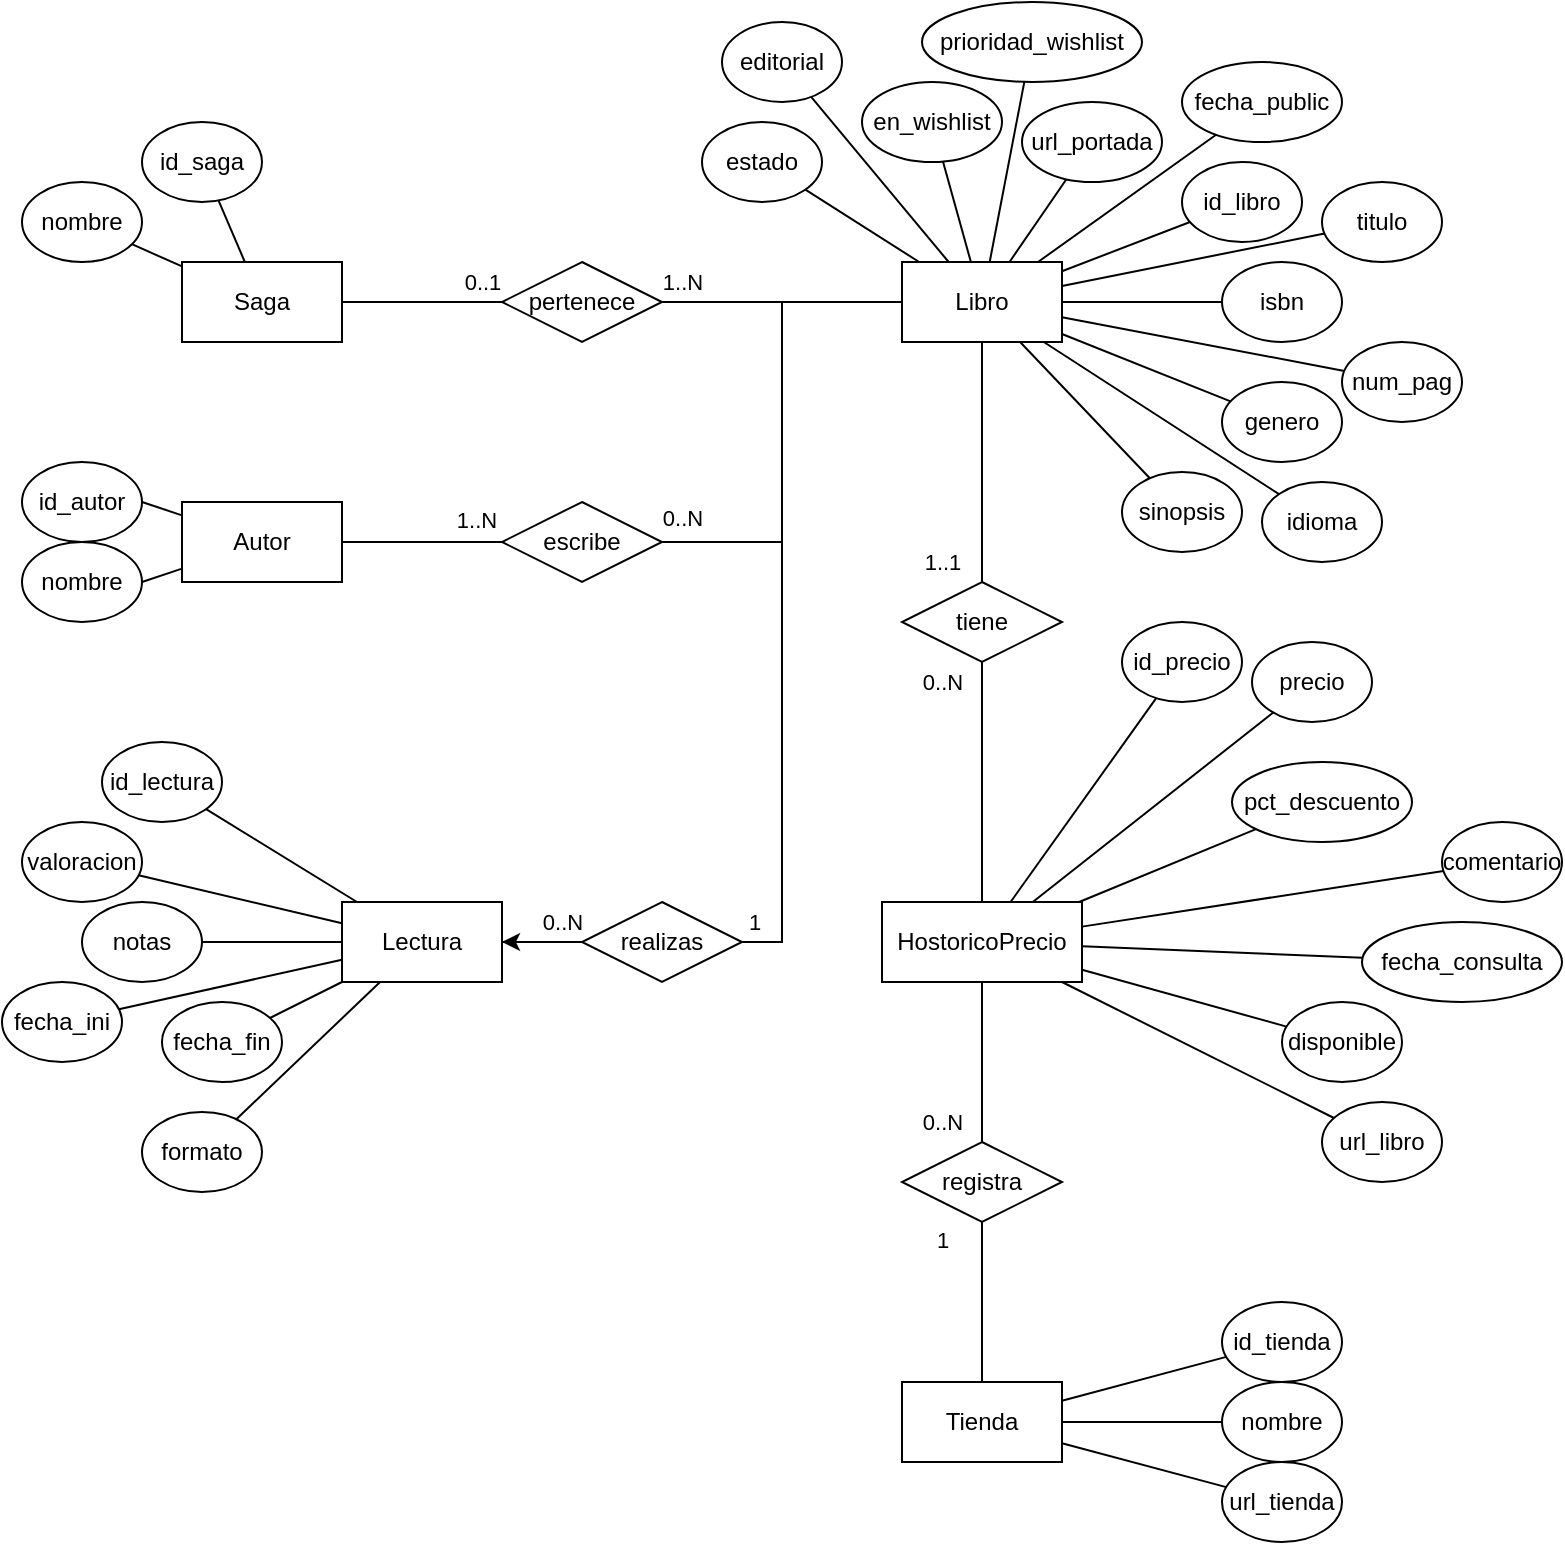
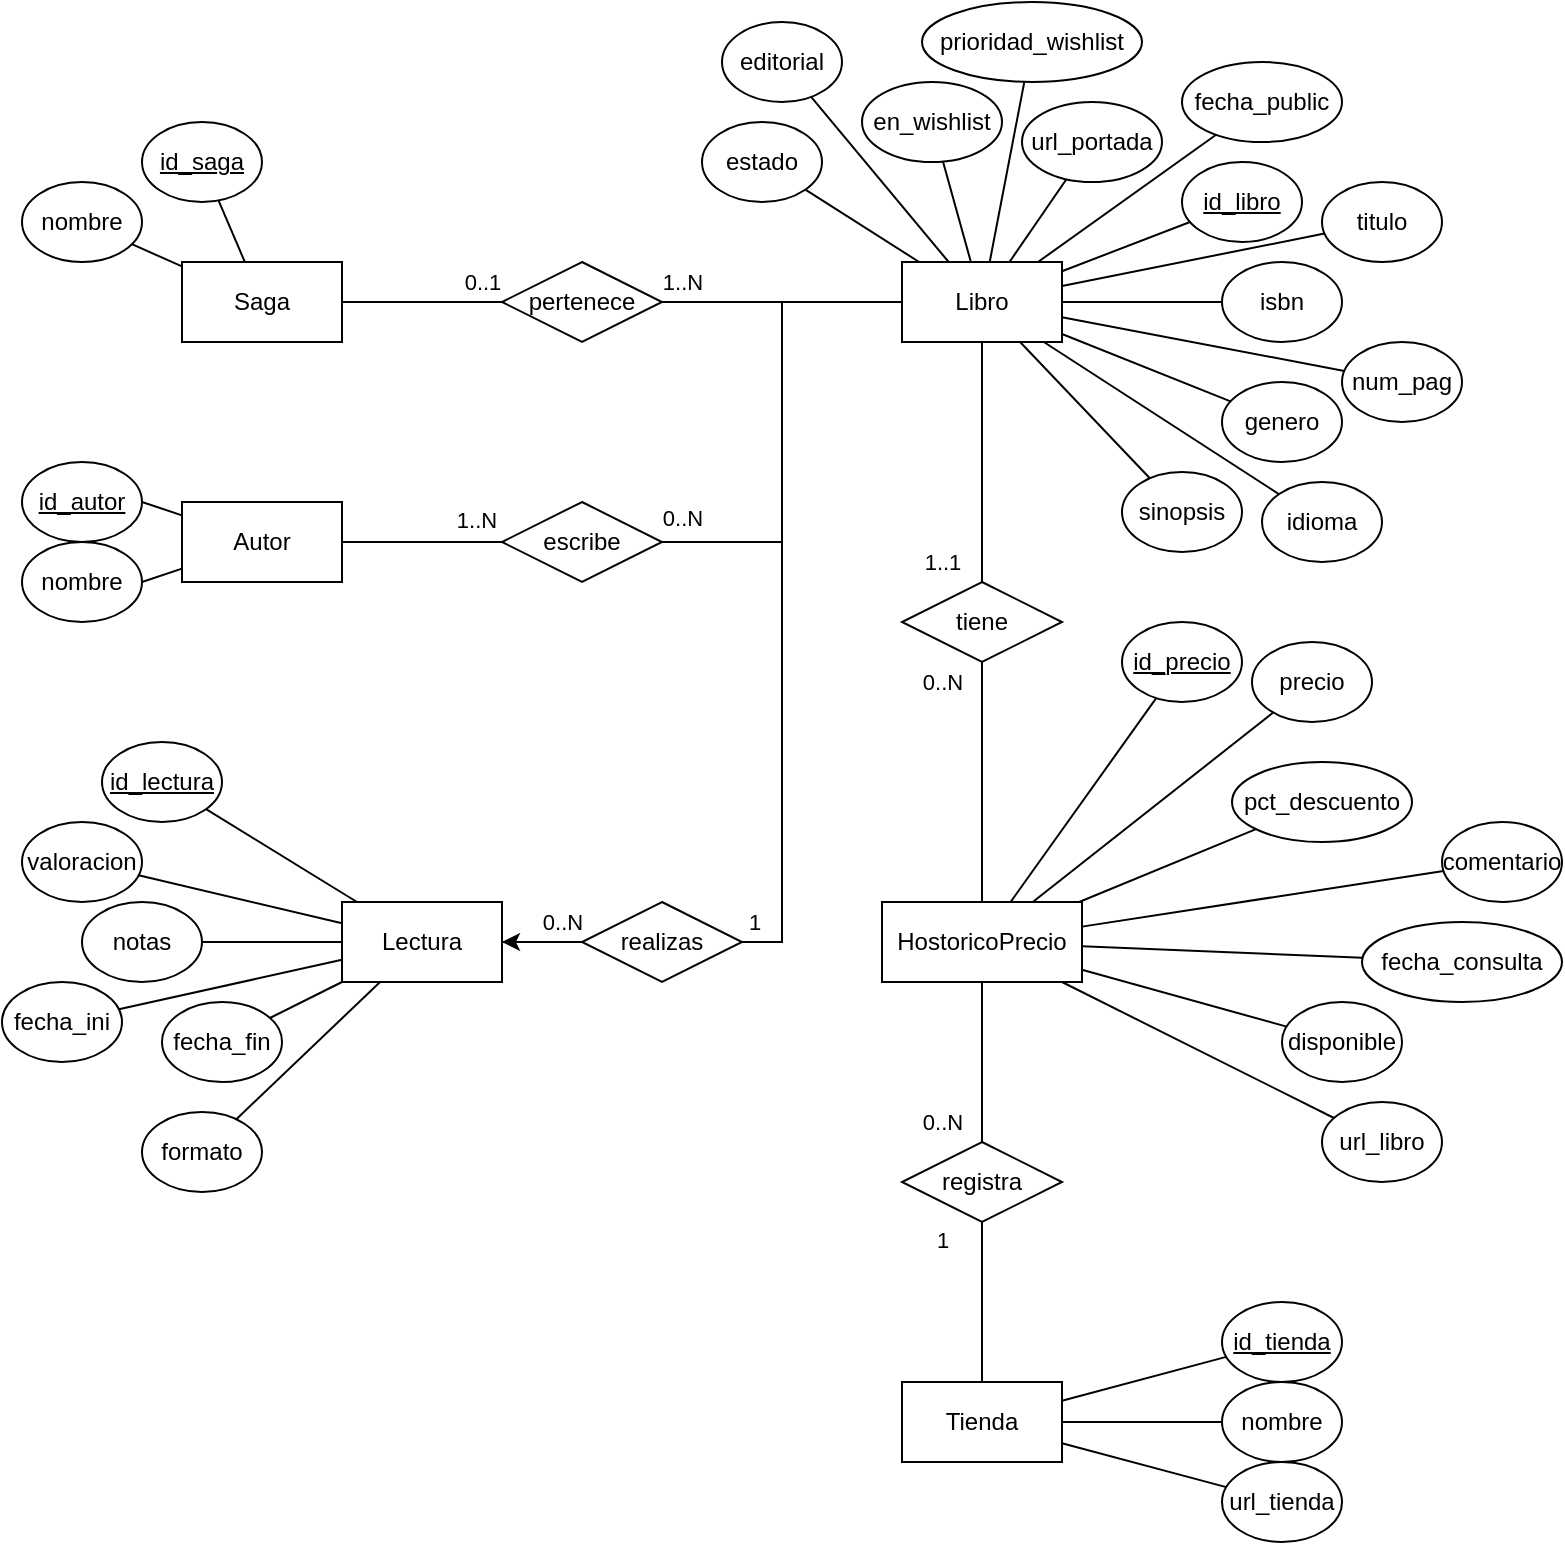
<mxfile host="app.diagrams.net">
  <diagram name="Page-1" id="43clveSkA00BWzA2pZKT">
    <mxGraphModel dx="1414" dy="777" grid="1" gridSize="10" guides="1" tooltips="1" connect="1" arrows="1" fold="1" page="1" pageScale="1" pageWidth="827" pageHeight="1169" math="0" shadow="0">
      <root>
        <mxCell id="0" />
        <mxCell id="1" parent="0" />
        <mxCell id="LIHbsuWyisdT2iaSAF74-56" edge="1" parent="1" source="LIHbsuWyisdT2iaSAF74-1" style="rounded=0;orthogonalLoop=1;jettySize=auto;html=1;endArrow=none;endFill=0;" target="LIHbsuWyisdT2iaSAF74-40">
          <mxGeometry relative="1" as="geometry" />
        </mxCell>
        <mxCell id="LIHbsuWyisdT2iaSAF74-57" edge="1" parent="1" source="LIHbsuWyisdT2iaSAF74-1" style="rounded=0;orthogonalLoop=1;jettySize=auto;html=1;endArrow=none;endFill=0;" target="LIHbsuWyisdT2iaSAF74-21">
          <mxGeometry relative="1" as="geometry" />
        </mxCell>
        <mxCell id="LIHbsuWyisdT2iaSAF74-58" edge="1" parent="1" source="LIHbsuWyisdT2iaSAF74-1" style="rounded=0;orthogonalLoop=1;jettySize=auto;html=1;endArrow=none;endFill=0;" target="LIHbsuWyisdT2iaSAF74-10">
          <mxGeometry relative="1" as="geometry" />
        </mxCell>
        <mxCell id="LIHbsuWyisdT2iaSAF74-59" edge="1" parent="1" source="LIHbsuWyisdT2iaSAF74-1" style="rounded=0;orthogonalLoop=1;jettySize=auto;html=1;endArrow=none;endFill=0;" target="LIHbsuWyisdT2iaSAF74-36">
          <mxGeometry relative="1" as="geometry" />
        </mxCell>
        <mxCell id="LIHbsuWyisdT2iaSAF74-60" edge="1" parent="1" source="LIHbsuWyisdT2iaSAF74-1" style="rounded=0;orthogonalLoop=1;jettySize=auto;html=1;endArrow=none;endFill=0;" target="LIHbsuWyisdT2iaSAF74-3">
          <mxGeometry relative="1" as="geometry" />
        </mxCell>
        <mxCell id="LIHbsuWyisdT2iaSAF74-61" edge="1" parent="1" source="LIHbsuWyisdT2iaSAF74-1" style="rounded=0;orthogonalLoop=1;jettySize=auto;html=1;endArrow=none;endFill=0;" target="LIHbsuWyisdT2iaSAF74-23">
          <mxGeometry relative="1" as="geometry" />
        </mxCell>
        <mxCell id="LIHbsuWyisdT2iaSAF74-62" edge="1" parent="1" source="LIHbsuWyisdT2iaSAF74-1" style="rounded=0;orthogonalLoop=1;jettySize=auto;html=1;endArrow=none;endFill=0;" target="LIHbsuWyisdT2iaSAF74-17">
          <mxGeometry relative="1" as="geometry" />
        </mxCell>
        <mxCell id="LIHbsuWyisdT2iaSAF74-63" edge="1" parent="1" source="LIHbsuWyisdT2iaSAF74-1" style="rounded=0;orthogonalLoop=1;jettySize=auto;html=1;endArrow=none;endFill=0;" target="LIHbsuWyisdT2iaSAF74-38">
          <mxGeometry relative="1" as="geometry" />
        </mxCell>
        <mxCell id="LIHbsuWyisdT2iaSAF74-64" edge="1" parent="1" source="LIHbsuWyisdT2iaSAF74-1" style="rounded=0;orthogonalLoop=1;jettySize=auto;html=1;endArrow=none;endFill=0;" target="LIHbsuWyisdT2iaSAF74-39">
          <mxGeometry relative="1" as="geometry" />
        </mxCell>
        <mxCell id="LIHbsuWyisdT2iaSAF74-65" edge="1" parent="1" source="LIHbsuWyisdT2iaSAF74-1" style="rounded=0;orthogonalLoop=1;jettySize=auto;html=1;endArrow=none;endFill=0;" target="LIHbsuWyisdT2iaSAF74-48">
          <mxGeometry relative="1" as="geometry" />
        </mxCell>
        <mxCell id="LIHbsuWyisdT2iaSAF74-66" edge="1" parent="1" source="LIHbsuWyisdT2iaSAF74-1" style="rounded=0;orthogonalLoop=1;jettySize=auto;html=1;endArrow=none;endFill=0;" target="LIHbsuWyisdT2iaSAF74-47">
          <mxGeometry relative="1" as="geometry" />
        </mxCell>
        <mxCell id="LIHbsuWyisdT2iaSAF74-67" edge="1" parent="1" source="LIHbsuWyisdT2iaSAF74-1" style="rounded=0;orthogonalLoop=1;jettySize=auto;html=1;endArrow=none;endFill=0;" target="LIHbsuWyisdT2iaSAF74-37">
          <mxGeometry relative="1" as="geometry" />
        </mxCell>
        <mxCell id="LIHbsuWyisdT2iaSAF74-68" edge="1" parent="1" source="LIHbsuWyisdT2iaSAF74-1" style="rounded=0;orthogonalLoop=1;jettySize=auto;html=1;endArrow=none;endFill=0;" target="LIHbsuWyisdT2iaSAF74-41">
          <mxGeometry relative="1" as="geometry" />
        </mxCell>
        <mxCell id="LIHbsuWyisdT2iaSAF74-1" parent="1" style="rounded=0;whiteSpace=wrap;html=1;" value="Libro" vertex="1">
          <mxGeometry height="40" width="80" x="480" y="160" as="geometry" />
        </mxCell>
        <mxCell id="LIHbsuWyisdT2iaSAF74-49" edge="1" parent="1" source="LIHbsuWyisdT2iaSAF74-2" style="rounded=0;orthogonalLoop=1;jettySize=auto;html=1;endArrow=none;endFill=0;" target="LIHbsuWyisdT2iaSAF74-16">
          <mxGeometry relative="1" as="geometry">
            <mxPoint x="80" y="120" as="targetPoint" />
          </mxGeometry>
        </mxCell>
        <mxCell id="LIHbsuWyisdT2iaSAF74-50" edge="1" parent="1" source="LIHbsuWyisdT2iaSAF74-2" style="rounded=0;orthogonalLoop=1;jettySize=auto;html=1;endArrow=none;endFill=0;" target="LIHbsuWyisdT2iaSAF74-8">
          <mxGeometry relative="1" as="geometry">
            <mxPoint x="80" y="160" as="targetPoint" />
          </mxGeometry>
        </mxCell>
        <mxCell id="LIHbsuWyisdT2iaSAF74-2" parent="1" style="rounded=0;whiteSpace=wrap;html=1;" value="Saga" vertex="1">
          <mxGeometry height="40" width="80" x="120" y="160" as="geometry" />
        </mxCell>
        <mxCell id="LIHbsuWyisdT2iaSAF74-3" parent="1" style="ellipse;whiteSpace=wrap;html=1;" value="isbn" vertex="1">
          <mxGeometry height="40" width="60" x="640" y="160" as="geometry" />
        </mxCell>
        <mxCell id="LIHbsuWyisdT2iaSAF74-8" parent="1" style="ellipse;whiteSpace=wrap;html=1;" value="nombre" vertex="1">
          <mxGeometry height="40" width="60" x="40" y="120" as="geometry" />
        </mxCell>
        <mxCell id="LIHbsuWyisdT2iaSAF74-10" parent="1" style="ellipse;whiteSpace=wrap;html=1;" value="genero" vertex="1">
          <mxGeometry height="40" width="60" x="640" y="220" as="geometry" />
        </mxCell>
        <mxCell id="LIHbsuWyisdT2iaSAF74-76" edge="1" parent="1" source="LIHbsuWyisdT2iaSAF74-11" style="rounded=0;orthogonalLoop=1;jettySize=auto;html=1;endArrow=none;endFill=0;" target="LIHbsuWyisdT2iaSAF74-26">
          <mxGeometry relative="1" as="geometry" />
        </mxCell>
        <mxCell id="LIHbsuWyisdT2iaSAF74-77" edge="1" parent="1" source="LIHbsuWyisdT2iaSAF74-11" style="rounded=0;orthogonalLoop=1;jettySize=auto;html=1;endArrow=none;endFill=0;" target="LIHbsuWyisdT2iaSAF74-27">
          <mxGeometry relative="1" as="geometry" />
        </mxCell>
        <mxCell id="LIHbsuWyisdT2iaSAF74-78" edge="1" parent="1" source="LIHbsuWyisdT2iaSAF74-11" style="rounded=0;orthogonalLoop=1;jettySize=auto;html=1;endArrow=none;endFill=0;" target="LIHbsuWyisdT2iaSAF74-28">
          <mxGeometry relative="1" as="geometry">
            <mxPoint x="470" y="480" as="targetPoint" />
          </mxGeometry>
        </mxCell>
        <mxCell id="LIHbsuWyisdT2iaSAF74-79" edge="1" parent="1" source="LIHbsuWyisdT2iaSAF74-11" style="rounded=0;orthogonalLoop=1;jettySize=auto;html=1;endArrow=none;endFill=0;" target="LIHbsuWyisdT2iaSAF74-29">
          <mxGeometry relative="1" as="geometry" />
        </mxCell>
        <mxCell id="LIHbsuWyisdT2iaSAF74-80" edge="1" parent="1" source="LIHbsuWyisdT2iaSAF74-11" style="rounded=0;orthogonalLoop=1;jettySize=auto;html=1;endArrow=none;endFill=0;" target="LIHbsuWyisdT2iaSAF74-30">
          <mxGeometry relative="1" as="geometry" />
        </mxCell>
        <mxCell id="LIHbsuWyisdT2iaSAF74-81" edge="1" parent="1" source="LIHbsuWyisdT2iaSAF74-11" style="rounded=0;orthogonalLoop=1;jettySize=auto;html=1;endArrow=none;endFill=0;" target="LIHbsuWyisdT2iaSAF74-42">
          <mxGeometry relative="1" as="geometry" />
        </mxCell>
        <mxCell id="LIHbsuWyisdT2iaSAF74-11" parent="1" style="rounded=0;whiteSpace=wrap;html=1;" value="Lectura" vertex="1">
          <mxGeometry height="40" width="80" x="200" y="480" as="geometry" />
        </mxCell>
        <mxCell id="LIHbsuWyisdT2iaSAF74-51" edge="1" parent="1" source="LIHbsuWyisdT2iaSAF74-12" style="rounded=0;orthogonalLoop=1;jettySize=auto;html=1;entryX=1;entryY=0.5;entryDx=0;entryDy=0;endArrow=none;endFill=0;" target="LIHbsuWyisdT2iaSAF74-18">
          <mxGeometry relative="1" as="geometry" />
        </mxCell>
        <mxCell id="LIHbsuWyisdT2iaSAF74-52" edge="1" parent="1" source="LIHbsuWyisdT2iaSAF74-12" style="rounded=0;orthogonalLoop=1;jettySize=auto;html=1;entryX=1;entryY=0.5;entryDx=0;entryDy=0;endArrow=none;endFill=0;" target="LIHbsuWyisdT2iaSAF74-19">
          <mxGeometry relative="1" as="geometry" />
        </mxCell>
        <mxCell id="LIHbsuWyisdT2iaSAF74-12" parent="1" style="rounded=0;whiteSpace=wrap;html=1;" value="Autor" vertex="1">
          <mxGeometry height="40" width="80" x="120" y="280" as="geometry" />
        </mxCell>
        <mxCell id="LIHbsuWyisdT2iaSAF74-69" edge="1" parent="1" source="LIHbsuWyisdT2iaSAF74-13" style="rounded=0;orthogonalLoop=1;jettySize=auto;html=1;endArrow=none;endFill=0;" target="LIHbsuWyisdT2iaSAF74-31">
          <mxGeometry relative="1" as="geometry" />
        </mxCell>
        <mxCell id="LIHbsuWyisdT2iaSAF74-70" edge="1" parent="1" source="LIHbsuWyisdT2iaSAF74-13" style="rounded=0;orthogonalLoop=1;jettySize=auto;html=1;endArrow=none;endFill=0;" target="LIHbsuWyisdT2iaSAF74-32">
          <mxGeometry relative="1" as="geometry" />
        </mxCell>
        <mxCell id="LIHbsuWyisdT2iaSAF74-71" edge="1" parent="1" source="LIHbsuWyisdT2iaSAF74-13" style="rounded=0;orthogonalLoop=1;jettySize=auto;html=1;endArrow=none;endFill=0;" target="LIHbsuWyisdT2iaSAF74-34">
          <mxGeometry relative="1" as="geometry" />
        </mxCell>
        <mxCell id="LIHbsuWyisdT2iaSAF74-72" edge="1" parent="1" source="LIHbsuWyisdT2iaSAF74-13" style="rounded=0;orthogonalLoop=1;jettySize=auto;html=1;endArrow=none;endFill=0;" target="LIHbsuWyisdT2iaSAF74-35">
          <mxGeometry relative="1" as="geometry" />
        </mxCell>
        <mxCell id="LIHbsuWyisdT2iaSAF74-73" edge="1" parent="1" source="LIHbsuWyisdT2iaSAF74-13" style="rounded=0;orthogonalLoop=1;jettySize=auto;html=1;endArrow=none;endFill=0;" target="LIHbsuWyisdT2iaSAF74-44">
          <mxGeometry relative="1" as="geometry" />
        </mxCell>
        <mxCell id="LIHbsuWyisdT2iaSAF74-74" edge="1" parent="1" source="LIHbsuWyisdT2iaSAF74-13" style="rounded=0;orthogonalLoop=1;jettySize=auto;html=1;endArrow=none;endFill=0;" target="LIHbsuWyisdT2iaSAF74-45">
          <mxGeometry relative="1" as="geometry" />
        </mxCell>
        <mxCell id="LIHbsuWyisdT2iaSAF74-75" edge="1" parent="1" source="LIHbsuWyisdT2iaSAF74-13" style="rounded=0;orthogonalLoop=1;jettySize=auto;html=1;endArrow=none;endFill=0;" target="LIHbsuWyisdT2iaSAF74-46">
          <mxGeometry relative="1" as="geometry" />
        </mxCell>
        <mxCell id="LIHbsuWyisdT2iaSAF74-13" parent="1" style="rounded=0;whiteSpace=wrap;html=1;" value="HostoricoPrecio" vertex="1">
          <mxGeometry height="40" width="100" x="470" y="480" as="geometry" />
        </mxCell>
        <mxCell id="LIHbsuWyisdT2iaSAF74-53" edge="1" parent="1" source="LIHbsuWyisdT2iaSAF74-14" style="rounded=0;orthogonalLoop=1;jettySize=auto;html=1;endArrow=none;endFill=0;" target="LIHbsuWyisdT2iaSAF74-24">
          <mxGeometry relative="1" as="geometry" />
        </mxCell>
        <mxCell id="LIHbsuWyisdT2iaSAF74-54" edge="1" parent="1" source="LIHbsuWyisdT2iaSAF74-14" style="rounded=0;orthogonalLoop=1;jettySize=auto;html=1;endArrow=none;endFill=0;" target="LIHbsuWyisdT2iaSAF74-25">
          <mxGeometry relative="1" as="geometry" />
        </mxCell>
        <mxCell id="LIHbsuWyisdT2iaSAF74-55" edge="1" parent="1" source="LIHbsuWyisdT2iaSAF74-14" style="rounded=0;orthogonalLoop=1;jettySize=auto;html=1;endArrow=none;endFill=0;" target="LIHbsuWyisdT2iaSAF74-43">
          <mxGeometry relative="1" as="geometry" />
        </mxCell>
        <mxCell id="LIHbsuWyisdT2iaSAF74-14" parent="1" style="rounded=0;whiteSpace=wrap;html=1;" value="Tienda" vertex="1">
          <mxGeometry height="40" width="80" x="480" y="720" as="geometry" />
        </mxCell>
-         <mxCell id="LIHbsuWyisdT2iaSAF74-16" parent="1" style="ellipse;whiteSpace=wrap;html=1;" value="id_saga" vertex="1">
+         <mxCell id="LIHbsuWyisdT2iaSAF74-16" parent="1" style="ellipse;whiteSpace=wrap;html=1;" value="&lt;u&gt;id_saga&lt;/u&gt;" vertex="1">
          <mxGeometry height="40" width="60" x="100" y="90" as="geometry" />
        </mxCell>
-         <mxCell id="LIHbsuWyisdT2iaSAF74-17" parent="1" style="ellipse;whiteSpace=wrap;html=1;" value="id_libro&lt;span style=&quot;color: rgba(0, 0, 0, 0); font-family: monospace; font-size: 0px; text-align: start; white-space: nowrap;&quot;&gt;%3CmxGraphModel%3E%3Croot%3E%3CmxCell%20id%3D%220%22%2F%3E%3CmxCell%20id%3D%221%22%20parent%3D%220%22%2F%3E%3CmxCell%20id%3D%222%22%20parent%3D%221%22%20style%3D%22ellipse%3BwhiteSpace%3Dwrap%3Bhtml%3D1%3B%22%20value%3D%22nombre%22%20vertex%3D%221%22%3E%3CmxGeometry%20height%3D%2240%22%20width%3D%2260%22%20x%3D%2240%22%20y%3D%2280%22%20as%3D%22geometry%22%2F%3E%3C%2FmxCell%3E%3C%2Froot%3E%3C%2FmxGraphModel%3E&lt;/span&gt;" vertex="1">
+         <mxCell id="LIHbsuWyisdT2iaSAF74-17" parent="1" style="ellipse;whiteSpace=wrap;html=1;" value="&lt;u&gt;id_libro&lt;span style=&quot;color: rgba(0, 0, 0, 0); font-family: monospace; font-size: 0px; text-align: start; white-space: nowrap;&quot;&gt;%3CmxGraphModel%3E%3Croot%3E%3CmxCell%20id%3D%220%22%2F%3E%3CmxCell%20id%3D%221%22%20parent%3D%220%22%2F%3E%3CmxCell%20id%3D%222%22%20parent%3D%221%22%20style%3D%22ellipse%3BwhiteSpace%3Dwrap%3Bhtml%3D1%3B%22%20value%3D%22nombre%22%20vertex%3D%221%22%3E%3CmxGeometry%20height%3D%2240%22%20width%3D%2260%22%20x%3D%2240%22%20y%3D%2280%22%20as%3D%22geometry%22%2F%3E%3C%2FmxCell%3E%3C%2Froot%3E%3C%2FmxGraphModel%3E&lt;/span&gt;&lt;/u&gt;" vertex="1">
          <mxGeometry height="40" width="60" x="620" y="110" as="geometry" />
        </mxCell>
-         <mxCell id="LIHbsuWyisdT2iaSAF74-18" parent="1" style="ellipse;whiteSpace=wrap;html=1;" value="id_autor" vertex="1">
+         <mxCell id="LIHbsuWyisdT2iaSAF74-18" parent="1" style="ellipse;whiteSpace=wrap;html=1;" value="&lt;u&gt;id_autor&lt;/u&gt;" vertex="1">
          <mxGeometry height="40" width="60" x="40" y="260" as="geometry" />
        </mxCell>
        <mxCell id="LIHbsuWyisdT2iaSAF74-19" parent="1" style="ellipse;whiteSpace=wrap;html=1;" value="nombre" vertex="1">
          <mxGeometry height="40" width="60" x="40" y="300" as="geometry" />
        </mxCell>
        <mxCell id="LIHbsuWyisdT2iaSAF74-21" parent="1" style="ellipse;whiteSpace=wrap;html=1;" value="idioma" vertex="1">
          <mxGeometry height="40" width="60" x="660" y="270" as="geometry" />
        </mxCell>
        <mxCell id="LIHbsuWyisdT2iaSAF74-23" parent="1" style="ellipse;whiteSpace=wrap;html=1;" value="titulo" vertex="1">
          <mxGeometry height="40" width="60" x="690" y="120" as="geometry" />
        </mxCell>
-         <mxCell id="LIHbsuWyisdT2iaSAF74-24" parent="1" style="ellipse;whiteSpace=wrap;html=1;" value="id_tienda" vertex="1">
+         <mxCell id="LIHbsuWyisdT2iaSAF74-24" parent="1" style="ellipse;whiteSpace=wrap;html=1;" value="&lt;u&gt;id_tienda&lt;/u&gt;" vertex="1">
          <mxGeometry height="40" width="60" x="640" y="680" as="geometry" />
        </mxCell>
        <mxCell id="LIHbsuWyisdT2iaSAF74-25" parent="1" style="ellipse;whiteSpace=wrap;html=1;" value="nombre" vertex="1">
          <mxGeometry height="40" width="60" x="640" y="720" as="geometry" />
        </mxCell>
-         <mxCell id="LIHbsuWyisdT2iaSAF74-26" parent="1" style="ellipse;whiteSpace=wrap;html=1;" value="id_lectura" vertex="1">
+         <mxCell id="LIHbsuWyisdT2iaSAF74-26" parent="1" style="ellipse;whiteSpace=wrap;html=1;" value="&lt;u&gt;id_lectura&lt;/u&gt;" vertex="1">
          <mxGeometry height="40" width="60" x="80" y="400" as="geometry" />
        </mxCell>
        <mxCell id="LIHbsuWyisdT2iaSAF74-27" parent="1" style="ellipse;whiteSpace=wrap;html=1;" value="valoracion" vertex="1">
          <mxGeometry height="40" width="60" x="40" y="440" as="geometry" />
        </mxCell>
        <mxCell id="LIHbsuWyisdT2iaSAF74-28" parent="1" style="ellipse;whiteSpace=wrap;html=1;" value="notas" vertex="1">
          <mxGeometry height="40" width="60" x="70" y="480" as="geometry" />
        </mxCell>
        <mxCell id="LIHbsuWyisdT2iaSAF74-29" parent="1" style="ellipse;whiteSpace=wrap;html=1;" value="fecha_ini" vertex="1">
          <mxGeometry height="40" width="60" x="30" y="520" as="geometry" />
        </mxCell>
        <mxCell id="LIHbsuWyisdT2iaSAF74-30" parent="1" style="ellipse;whiteSpace=wrap;html=1;" value="fecha_fin" vertex="1">
          <mxGeometry height="40" width="60" x="110" y="530" as="geometry" />
        </mxCell>
-         <mxCell id="LIHbsuWyisdT2iaSAF74-31" parent="1" style="ellipse;whiteSpace=wrap;html=1;" value="id_precio" vertex="1">
+         <mxCell id="LIHbsuWyisdT2iaSAF74-31" parent="1" style="ellipse;whiteSpace=wrap;html=1;" value="&lt;u&gt;id_precio&lt;/u&gt;" vertex="1">
          <mxGeometry height="40" width="60" x="590" y="340" as="geometry" />
        </mxCell>
        <mxCell id="LIHbsuWyisdT2iaSAF74-32" parent="1" style="ellipse;whiteSpace=wrap;html=1;" value="precio" vertex="1">
          <mxGeometry height="40" width="60" x="655" y="350" as="geometry" />
        </mxCell>
        <mxCell id="LIHbsuWyisdT2iaSAF74-34" parent="1" style="ellipse;whiteSpace=wrap;html=1;" value="pct_descuento" vertex="1">
          <mxGeometry height="40" width="90" x="645" y="410" as="geometry" />
        </mxCell>
        <mxCell id="LIHbsuWyisdT2iaSAF74-35" parent="1" style="ellipse;whiteSpace=wrap;html=1;" value="comentario" vertex="1">
          <mxGeometry height="40" width="60" x="750" y="440" as="geometry" />
        </mxCell>
        <mxCell id="LIHbsuWyisdT2iaSAF74-36" parent="1" style="ellipse;whiteSpace=wrap;html=1;" value="num_pag" vertex="1">
          <mxGeometry height="40" width="60" x="700" y="200" as="geometry" />
        </mxCell>
        <mxCell id="LIHbsuWyisdT2iaSAF74-37" parent="1" style="ellipse;whiteSpace=wrap;html=1;" value="editorial" vertex="1">
          <mxGeometry height="40" width="60" x="390" y="40" as="geometry" />
        </mxCell>
        <mxCell id="LIHbsuWyisdT2iaSAF74-38" parent="1" style="ellipse;whiteSpace=wrap;html=1;" value="fecha_public" vertex="1">
          <mxGeometry height="40" width="80" x="620" y="60" as="geometry" />
        </mxCell>
        <mxCell id="LIHbsuWyisdT2iaSAF74-39" parent="1" style="ellipse;whiteSpace=wrap;html=1;" value="url_&lt;span style=&quot;background-color: transparent; color: light-dark(rgb(0, 0, 0), rgb(255, 255, 255));&quot;&gt;portada&lt;/span&gt;" vertex="1">
          <mxGeometry height="40" width="70" x="540" y="80" as="geometry" />
        </mxCell>
        <mxCell id="LIHbsuWyisdT2iaSAF74-40" parent="1" style="ellipse;whiteSpace=wrap;html=1;" value="sinopsis" vertex="1">
          <mxGeometry height="40" width="60" x="590" y="265" as="geometry" />
        </mxCell>
        <mxCell id="LIHbsuWyisdT2iaSAF74-41" parent="1" style="ellipse;whiteSpace=wrap;html=1;" value="estado" vertex="1">
          <mxGeometry height="40" width="60" x="380" y="90" as="geometry" />
        </mxCell>
        <mxCell id="LIHbsuWyisdT2iaSAF74-42" parent="1" style="ellipse;whiteSpace=wrap;html=1;" value="formato" vertex="1">
          <mxGeometry height="40" width="60" x="100" y="585" as="geometry" />
        </mxCell>
        <mxCell id="LIHbsuWyisdT2iaSAF74-43" parent="1" style="ellipse;whiteSpace=wrap;html=1;" value="url_tienda" vertex="1">
          <mxGeometry height="40" width="60" x="640" y="760" as="geometry" />
        </mxCell>
        <mxCell id="LIHbsuWyisdT2iaSAF74-44" parent="1" style="ellipse;whiteSpace=wrap;html=1;" value="fecha_consulta" vertex="1">
          <mxGeometry height="40" width="100" x="710" y="490" as="geometry" />
        </mxCell>
        <mxCell id="LIHbsuWyisdT2iaSAF74-45" parent="1" style="ellipse;whiteSpace=wrap;html=1;" value="disponible" vertex="1">
          <mxGeometry height="40" width="60" x="670" y="530" as="geometry" />
        </mxCell>
        <mxCell id="LIHbsuWyisdT2iaSAF74-46" parent="1" style="ellipse;whiteSpace=wrap;html=1;" value="url_libro" vertex="1">
          <mxGeometry height="40" width="60" x="690" y="580" as="geometry" />
        </mxCell>
        <mxCell id="LIHbsuWyisdT2iaSAF74-47" parent="1" style="ellipse;whiteSpace=wrap;html=1;" value="en_wishlist" vertex="1">
          <mxGeometry height="40" width="70" x="460" y="70" as="geometry" />
        </mxCell>
        <mxCell id="LIHbsuWyisdT2iaSAF74-48" parent="1" style="ellipse;whiteSpace=wrap;html=1;" value="prioridad_wishlist" vertex="1">
          <mxGeometry height="40" width="110" x="490" y="30" as="geometry" />
        </mxCell>
        <mxCell id="LIHbsuWyisdT2iaSAF74-83" edge="1" parent="1" source="LIHbsuWyisdT2iaSAF74-82" style="rounded=0;orthogonalLoop=1;jettySize=auto;html=1;endArrow=none;endFill=0;edgeStyle=orthogonalEdgeStyle;" target="LIHbsuWyisdT2iaSAF74-2">
          <mxGeometry relative="1" as="geometry">
            <mxPoint x="270" y="180" as="sourcePoint" />
          </mxGeometry>
        </mxCell>
        <mxCell id="LIHbsuWyisdT2iaSAF74-99" connectable="0" parent="LIHbsuWyisdT2iaSAF74-83" style="edgeLabel;html=1;align=center;verticalAlign=middle;resizable=0;points=[];" value="0..1" vertex="1">
          <mxGeometry relative="1" x="-0.475" as="geometry">
            <mxPoint x="11" y="-10" as="offset" />
          </mxGeometry>
        </mxCell>
        <mxCell id="LIHbsuWyisdT2iaSAF74-84" edge="1" parent="1" source="LIHbsuWyisdT2iaSAF74-82" style="rounded=0;orthogonalLoop=1;jettySize=auto;html=1;endArrow=none;endFill=0;edgeStyle=orthogonalEdgeStyle;" target="LIHbsuWyisdT2iaSAF74-1">
          <mxGeometry relative="1" as="geometry" />
        </mxCell>
        <mxCell id="LIHbsuWyisdT2iaSAF74-98" connectable="0" parent="LIHbsuWyisdT2iaSAF74-84" style="edgeLabel;html=1;align=center;verticalAlign=middle;resizable=0;points=[];" value="1..N" vertex="1">
          <mxGeometry relative="1" x="-0.65" y="3" as="geometry">
            <mxPoint x="-11" y="-7" as="offset" />
          </mxGeometry>
        </mxCell>
        <mxCell id="LIHbsuWyisdT2iaSAF74-82" parent="1" style="rhombus;whiteSpace=wrap;html=1;" value="pertenece" vertex="1">
          <mxGeometry height="40" width="80" x="280" y="160" as="geometry" />
        </mxCell>
        <mxCell id="LIHbsuWyisdT2iaSAF74-87" edge="1" parent="1" source="LIHbsuWyisdT2iaSAF74-85" style="rounded=0;orthogonalLoop=1;jettySize=auto;html=1;endArrow=none;endFill=0;edgeStyle=orthogonalEdgeStyle;" target="LIHbsuWyisdT2iaSAF74-1">
          <mxGeometry relative="1" as="geometry">
            <Array as="points">
              <mxPoint x="420" y="300" />
              <mxPoint x="420" y="180" />
            </Array>
          </mxGeometry>
        </mxCell>
        <mxCell id="LIHbsuWyisdT2iaSAF74-101" connectable="0" parent="LIHbsuWyisdT2iaSAF74-87" style="edgeLabel;html=1;align=center;verticalAlign=middle;resizable=0;points=[];" value="0..N" vertex="1">
          <mxGeometry relative="1" x="-0.7342" y="2" as="geometry">
            <mxPoint x="-22" y="-10" as="offset" />
          </mxGeometry>
        </mxCell>
        <mxCell id="LIHbsuWyisdT2iaSAF74-88" edge="1" parent="1" source="LIHbsuWyisdT2iaSAF74-85" style="rounded=0;orthogonalLoop=1;jettySize=auto;html=1;endArrow=none;endFill=0;edgeStyle=orthogonalEdgeStyle;" target="LIHbsuWyisdT2iaSAF74-12">
          <mxGeometry relative="1" as="geometry" />
        </mxCell>
        <mxCell id="LIHbsuWyisdT2iaSAF74-100" connectable="0" parent="LIHbsuWyisdT2iaSAF74-88" style="edgeLabel;html=1;align=center;verticalAlign=middle;resizable=0;points=[];" value="1..N" vertex="1">
          <mxGeometry relative="1" x="-0.675" y="-2" as="geometry">
            <mxPoint y="-9" as="offset" />
          </mxGeometry>
        </mxCell>
        <mxCell id="LIHbsuWyisdT2iaSAF74-85" parent="1" style="rhombus;whiteSpace=wrap;html=1;" value="escribe" vertex="1">
          <mxGeometry height="40" width="80" x="280" y="280" as="geometry" />
        </mxCell>
        <mxCell id="LIHbsuWyisdT2iaSAF74-90" edge="1" parent="1" source="LIHbsuWyisdT2iaSAF74-89" style="edgeStyle=orthogonalEdgeStyle;rounded=0;orthogonalLoop=1;jettySize=auto;html=1;endArrow=none;endFill=0;" target="LIHbsuWyisdT2iaSAF74-11">
          <mxGeometry relative="1" as="geometry" />
        </mxCell>
        <mxCell id="LIHbsuWyisdT2iaSAF74-102" connectable="0" parent="LIHbsuWyisdT2iaSAF74-90" style="edgeLabel;html=1;align=center;verticalAlign=middle;resizable=0;points=[];" value="0..N" vertex="1">
          <mxGeometry relative="1" x="-0.3534" y="1" as="geometry">
            <mxPoint x="3" y="-11" as="offset" />
          </mxGeometry>
        </mxCell>
        <mxCell id="LIHbsuWyisdT2iaSAF74-91" edge="1" parent="1" source="LIHbsuWyisdT2iaSAF74-89" style="edgeStyle=orthogonalEdgeStyle;rounded=0;orthogonalLoop=1;jettySize=auto;html=1;endArrow=none;endFill=0;" target="LIHbsuWyisdT2iaSAF74-1">
          <mxGeometry relative="1" as="geometry">
            <Array as="points">
              <mxPoint x="420" y="500" />
              <mxPoint x="420" y="180" />
            </Array>
          </mxGeometry>
        </mxCell>
        <mxCell id="LIHbsuWyisdT2iaSAF74-103" connectable="0" parent="LIHbsuWyisdT2iaSAF74-91" style="edgeLabel;html=1;align=center;verticalAlign=middle;resizable=0;points=[];" value="1" vertex="1">
          <mxGeometry relative="1" x="-0.9336" y="1" as="geometry">
            <mxPoint x="-8" y="-9" as="offset" />
          </mxGeometry>
        </mxCell>
        <mxCell id="Hhn2C3f1zZ_AtcUhHDvd-1" edge="1" parent="1" source="LIHbsuWyisdT2iaSAF74-89" style="edgeStyle=orthogonalEdgeStyle;rounded=0;orthogonalLoop=1;jettySize=auto;html=1;" target="LIHbsuWyisdT2iaSAF74-11" value="">
          <mxGeometry relative="1" as="geometry" />
        </mxCell>
        <mxCell id="LIHbsuWyisdT2iaSAF74-89" parent="1" style="rhombus;whiteSpace=wrap;html=1;" value="realizas" vertex="1">
          <mxGeometry height="40" width="80" x="320" y="480" as="geometry" />
        </mxCell>
        <mxCell id="LIHbsuWyisdT2iaSAF74-93" edge="1" parent="1" source="LIHbsuWyisdT2iaSAF74-92" style="rounded=0;orthogonalLoop=1;jettySize=auto;html=1;endArrow=none;endFill=0;edgeStyle=orthogonalEdgeStyle;" target="LIHbsuWyisdT2iaSAF74-1">
          <mxGeometry relative="1" as="geometry" />
        </mxCell>
        <mxCell id="LIHbsuWyisdT2iaSAF74-104" connectable="0" parent="LIHbsuWyisdT2iaSAF74-93" style="edgeLabel;html=1;align=center;verticalAlign=middle;resizable=0;points=[];" value="1..1" vertex="1">
          <mxGeometry relative="1" x="-0.8253" as="geometry">
            <mxPoint x="-20" as="offset" />
          </mxGeometry>
        </mxCell>
        <mxCell id="LIHbsuWyisdT2iaSAF74-94" edge="1" parent="1" source="LIHbsuWyisdT2iaSAF74-92" style="edgeStyle=orthogonalEdgeStyle;rounded=0;orthogonalLoop=1;jettySize=auto;html=1;endArrow=none;endFill=0;" target="LIHbsuWyisdT2iaSAF74-13">
          <mxGeometry relative="1" as="geometry" />
        </mxCell>
        <mxCell id="LIHbsuWyisdT2iaSAF74-105" connectable="0" parent="LIHbsuWyisdT2iaSAF74-94" style="edgeLabel;html=1;align=center;verticalAlign=middle;resizable=0;points=[];" value="0..N" vertex="1">
          <mxGeometry relative="1" x="-0.7839" y="-1" as="geometry">
            <mxPoint x="-19" y="-3" as="offset" />
          </mxGeometry>
        </mxCell>
        <mxCell id="LIHbsuWyisdT2iaSAF74-92" parent="1" style="rhombus;whiteSpace=wrap;html=1;" value="tiene" vertex="1">
          <mxGeometry height="40" width="80" x="480" y="320" as="geometry" />
        </mxCell>
        <mxCell id="LIHbsuWyisdT2iaSAF74-96" edge="1" parent="1" source="LIHbsuWyisdT2iaSAF74-95" style="edgeStyle=orthogonalEdgeStyle;rounded=0;orthogonalLoop=1;jettySize=auto;html=1;endArrow=none;endFill=0;" target="LIHbsuWyisdT2iaSAF74-13">
          <mxGeometry relative="1" as="geometry" />
        </mxCell>
        <mxCell id="LIHbsuWyisdT2iaSAF74-107" connectable="0" parent="LIHbsuWyisdT2iaSAF74-96" style="edgeLabel;html=1;align=center;verticalAlign=middle;resizable=0;points=[];" value="0..N" vertex="1">
          <mxGeometry relative="1" x="-0.2897" y="1" as="geometry">
            <mxPoint x="-19" y="18" as="offset" />
          </mxGeometry>
        </mxCell>
        <mxCell id="LIHbsuWyisdT2iaSAF74-97" edge="1" parent="1" source="LIHbsuWyisdT2iaSAF74-95" style="edgeStyle=orthogonalEdgeStyle;rounded=0;orthogonalLoop=1;jettySize=auto;html=1;endArrow=none;endFill=0;" target="LIHbsuWyisdT2iaSAF74-14">
          <mxGeometry relative="1" as="geometry" />
        </mxCell>
        <mxCell id="LIHbsuWyisdT2iaSAF74-106" connectable="0" parent="LIHbsuWyisdT2iaSAF74-97" style="edgeLabel;html=1;align=center;verticalAlign=middle;resizable=0;points=[];" value="1" vertex="1">
          <mxGeometry relative="1" x="-0.7793" y="1" as="geometry">
            <mxPoint x="-21" as="offset" />
          </mxGeometry>
        </mxCell>
        <mxCell id="LIHbsuWyisdT2iaSAF74-95" parent="1" style="rhombus;whiteSpace=wrap;html=1;" value="registra" vertex="1">
          <mxGeometry height="40" width="80" x="480" y="600" as="geometry" />
        </mxCell>
      </root>
    </mxGraphModel>
  </diagram>
</mxfile>
